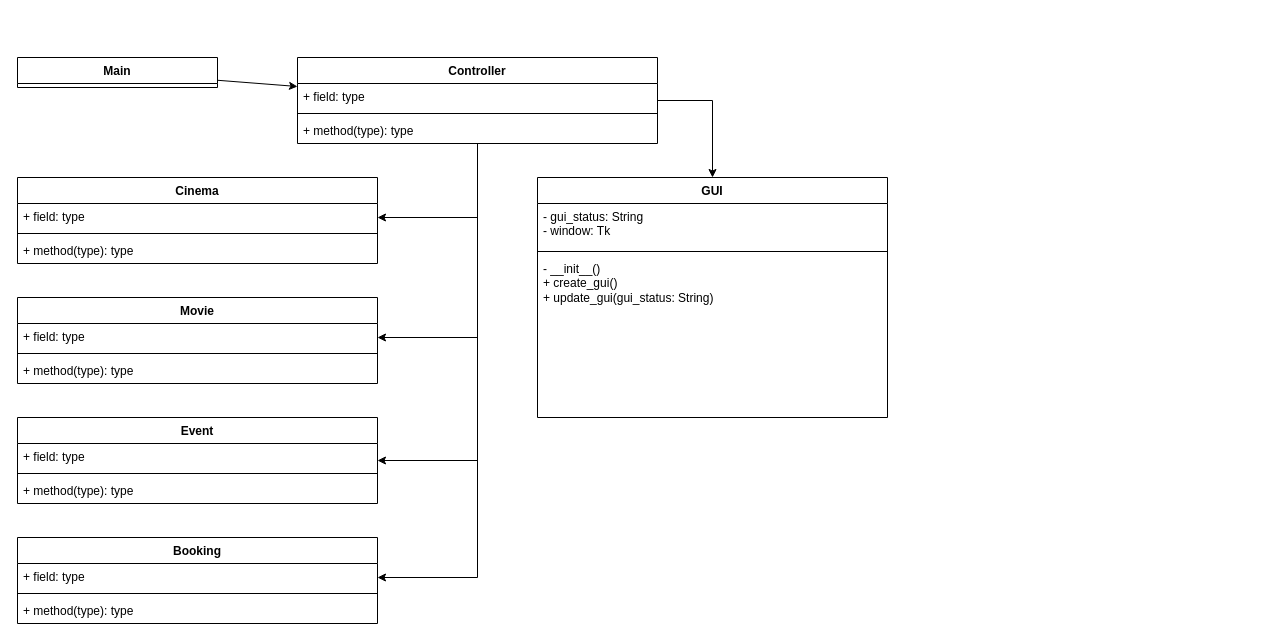
Above: Klassendiagramm Kinobuchungsprogramm.drawio in SirPatschiii/Kinobuchungsprogramm (draw.io), before the change. Source tidied: cells renumbered, new cells numbered last; positions are measured from the earlier drawing's top-left corner, leaving out a move shared by most shapes. Both pictures are drawn from the tidied source at 100%, with x=0, y=0 at pixel (17, 57).
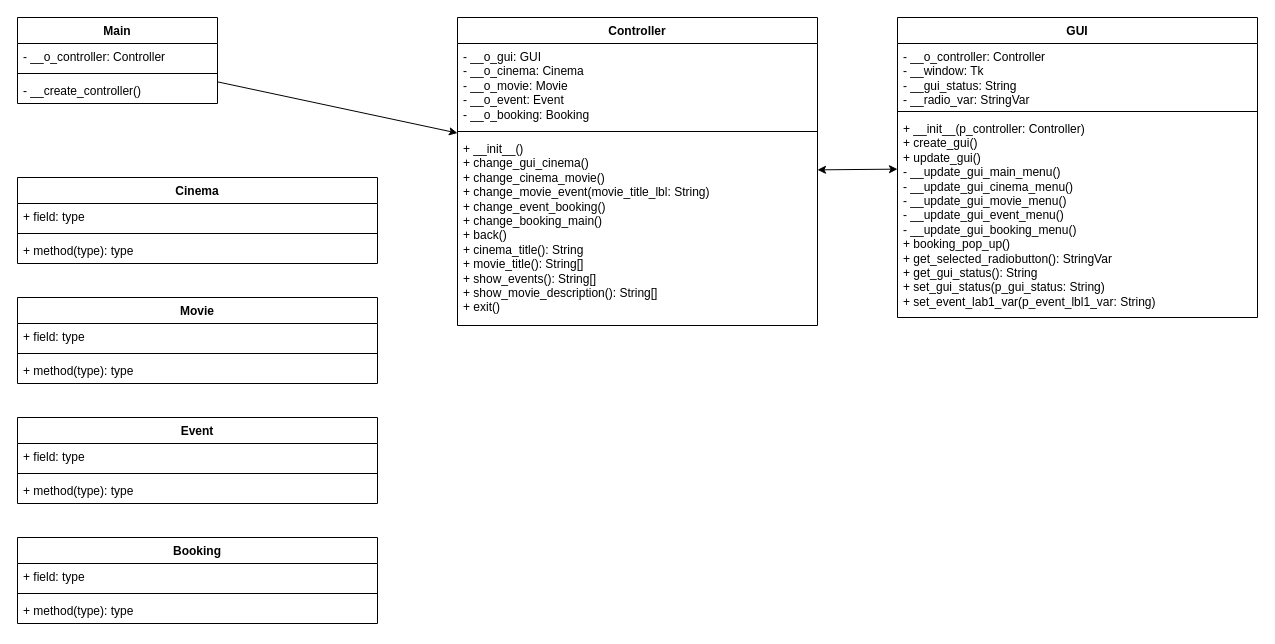
After the change.

Unchanged cells that the change refers to:
```xml
<mxCell id="17" value="Cinema" style="swimlane;fontStyle=1;align=center;verticalAlign=top;horizontal=1;startSize=26;whiteSpace=wrap;html=1;" parent="1" vertex="1">
  <mxGeometry y="120" width="360" height="86" as="geometry" />
</mxCell>
<mxCell id="21" value="Movie" style="swimlane;fontStyle=1;align=center;verticalAlign=top;horizontal=1;startSize=26;whiteSpace=wrap;html=1;" parent="1" vertex="1">
  <mxGeometry y="240" width="360" height="86" as="geometry" />
</mxCell>
<mxCell id="25" value="Event" style="swimlane;fontStyle=1;align=center;verticalAlign=top;horizontal=1;startSize=26;whiteSpace=wrap;html=1;" parent="1" vertex="1">
  <mxGeometry y="360" width="360" height="86" as="geometry" />
</mxCell>
<mxCell id="29" value="Booking" style="swimlane;fontStyle=1;align=center;verticalAlign=top;horizontal=1;startSize=26;whiteSpace=wrap;html=1;rotation=0;" parent="1" vertex="1">
  <mxGeometry y="480" width="360" height="86" as="geometry" />
</mxCell>
```

Change to the diagram source:
```diff
@@
-    <mxCell id="2" style="endArrow=classic;html=1;rounded=0;" parent="1" edge="1" source="3" target="4">
-      <mxGeometry relative="1" as="geometry" />
-    </mxCell>
-    <mxCell id="3" value="Main" style="swimlane;fontStyle=1;align=center;verticalAlign=top;horizontal=1;startSize=26;whiteSpace=wrap;html=1;" parent="1" vertex="1">
-      <mxGeometry width="200" height="30" as="geometry" />
-    </mxCell>
     <mxCell id="4" value="Controller" style="swimlane;fontStyle=1;align=center;verticalAlign=top;horizontal=1;startSize=26;whiteSpace=wrap;html=1;" parent="1" vertex="1">
-      <mxGeometry x="280" width="360" height="86" as="geometry" />
+      <mxGeometry x="440" y="-40" width="360" height="308" as="geometry" />
     </mxCell>
-    <mxCell id="5" value="+ field: type" style="text;strokeColor=none;fillColor=none;align=left;verticalAlign=top;spacingLeft=4;spacingRight=4;overflow=hidden;whiteSpace=wrap;html=1;" parent="4" vertex="1">
-      <mxGeometry y="26" width="360" height="26" as="geometry" />
+    <mxCell id="5" value="- __o_gui: GUI&lt;br&gt;- __o_cinema: Cinema&lt;br&gt;- __o_movie: Movie&lt;br&gt;- __o_event: Event&lt;br&gt;- __o_booking: Booking" style="text;strokeColor=none;fillColor=none;align=left;verticalAlign=top;spacingLeft=4;spacingRight=4;overflow=hidden;whiteSpace=wrap;html=1;" parent="4" vertex="1">
+      <mxGeometry y="26" width="360" height="84" as="geometry" />
     </mxCell>
     <mxCell id="6" style="line;strokeWidth=1;fillColor=none;align=left;verticalAlign=middle;spacingTop=-1;spacingLeft=3;spacingRight=3;labelPosition=right;strokeColor=inherit;" parent="4" vertex="1">
-      <mxGeometry y="52" width="360" height="8" as="geometry" />
+      <mxGeometry y="110" width="360" height="8" as="geometry" />
     </mxCell>
-    <mxCell id="7" value="+ method(type): type" style="text;strokeColor=none;fillColor=none;align=left;verticalAlign=top;spacingLeft=4;spacingRight=4;overflow=hidden;whiteSpace=wrap;html=1;" parent="4" vertex="1">
-      <mxGeometry y="60" width="360" height="26" as="geometry" />
+    <mxCell id="7" value="+ __init__()&lt;br&gt;+ change_gui_cinema()&lt;br&gt;+ change_cinema_movie()&lt;br&gt;+ change_movie_event(movie_title_lbl: String)&lt;br&gt;+ change_event_booking()&lt;br&gt;+ change_booking_main()&lt;br&gt;+ back()&lt;br&gt;+ cinema_title(): String&lt;br&gt;+ movie_title(): String[]&lt;br&gt;+ show_events(): String[]&lt;br&gt;+ show_movie_description(): String[]&lt;br&gt;+ exit()" style="text;strokeColor=none;fillColor=none;align=left;verticalAlign=top;spacingLeft=4;spacingRight=4;overflow=hidden;whiteSpace=wrap;html=1;" parent="4" vertex="1">
+      <mxGeometry y="118" width="360" height="190" as="geometry" />
     </mxCell>
-    <mxCell id="8" style="edgeStyle=orthogonalEdgeStyle;rounded=0;jettySize=auto;html=1;" parent="1" edge="1" source="4" target="17">
-      <mxGeometry relative="1" as="geometry">
-        <Array as="points">
-          <mxPoint x="460" y="160" />
-        </Array>
-      </mxGeometry>
-    </mxCell>
     <mxCell id="9" value="GUI" style="swimlane;fontStyle=1;align=center;verticalAlign=top;horizontal=1;startSize=26;whiteSpace=wrap;html=1;" parent="1" vertex="1">
-      <mxGeometry x="520" y="120" width="350" height="240" as="geometry" />
+      <mxGeometry x="880" y="-40" width="360" height="300" as="geometry" />
     </mxCell>
-    <mxCell id="10" value="- gui_status: String&lt;br&gt;- window: Tk" style="text;strokeColor=none;fillColor=none;align=left;verticalAlign=top;spacingLeft=4;spacingRight=4;overflow=hidden;whiteSpace=wrap;html=1;" parent="9" vertex="1">
-      <mxGeometry y="26" width="350" height="44" as="geometry" />
+    <mxCell id="10" value="- __o_controller: Controller&lt;br&gt;- __window: Tk&lt;br&gt;- __gui_status: String&lt;br&gt;- __radio_var: StringVar" style="text;strokeColor=none;fillColor=none;align=left;verticalAlign=top;spacingLeft=4;spacingRight=4;overflow=hidden;whiteSpace=wrap;html=1;" parent="9" vertex="1">
+      <mxGeometry y="26" width="360" height="64" as="geometry" />
     </mxCell>
     <mxCell id="11" style="line;strokeWidth=1;fillColor=none;align=left;verticalAlign=middle;spacingTop=-1;spacingLeft=3;spacingRight=3;labelPosition=right;strokeColor=inherit;" parent="9" vertex="1">
-      <mxGeometry y="70" width="350" height="8" as="geometry" />
+      <mxGeometry y="90" width="360" height="8" as="geometry" />
     </mxCell>
-    <mxCell id="12" value="- __init__()&lt;br&gt;+ create_gui()&lt;br&gt;+ update_gui(gui_status: String)" style="text;strokeColor=none;fillColor=none;align=left;verticalAlign=top;spacingLeft=4;spacingRight=4;overflow=hidden;whiteSpace=wrap;html=1;" parent="9" vertex="1">
-      <mxGeometry y="78" width="350" height="162" as="geometry" />
+    <mxCell id="12" value="+ __init__(p_controller: Controller)&lt;br&gt;+ create_gui()&lt;br&gt;+ update_gui()&lt;br&gt;- __update_gui_main_menu()&lt;br&gt;- __update_gui_cinema_menu()&lt;br&gt;- __update_gui_movie_menu()&lt;br&gt;- __update_gui_event_menu()&lt;br&gt;- __update_gui_booking_menu()&lt;br&gt;+ booking_pop_up()&lt;br&gt;+ get_selected_radiobutton(): StringVar&lt;br&gt;+ get_gui_status(): String&lt;br&gt;+ set_gui_status(p_gui_status: String)&lt;br&gt;+ set_event_lab1_var(p_event_lbl1_var: String)" style="text;strokeColor=none;fillColor=none;align=left;verticalAlign=top;spacingLeft=4;spacingRight=4;overflow=hidden;whiteSpace=wrap;html=1;" parent="9" vertex="1">
+      <mxGeometry y="98" width="360" height="202" as="geometry" />
     </mxCell>
-    <mxCell id="13" style="edgeStyle=orthogonalEdgeStyle;rounded=0;jettySize=auto;html=1;" parent="1" edge="1" source="4" target="9">
-      <mxGeometry relative="1" as="geometry">
-        <Array as="points">
-          <mxPoint x="695" y="43" />
-        </Array>
-      </mxGeometry>
-    </mxCell>
-    <mxCell id="14" style="edgeStyle=orthogonalEdgeStyle;rounded=0;jettySize=auto;html=1;" parent="1" edge="1" source="4" target="21">
-      <mxGeometry relative="1" as="geometry">
-        <Array as="points">
-          <mxPoint x="460" y="280" />
-        </Array>
-      </mxGeometry>
-    </mxCell>
-    <mxCell id="15" style="edgeStyle=orthogonalEdgeStyle;rounded=0;jettySize=auto;html=1;" parent="1" edge="1" source="4" target="25">
-      <mxGeometry relative="1" as="geometry">
-        <Array as="points">
-          <mxPoint x="460" y="403" />
-        </Array>
-      </mxGeometry>
-    </mxCell>
-    <mxCell id="16" style="edgeStyle=orthogonalEdgeStyle;rounded=0;jettySize=auto;html=1;" parent="1" edge="1" source="4" target="29">
-      <mxGeometry relative="1" as="geometry">
-        <Array as="points">
-          <mxPoint x="460" y="520" />
-        </Array>
-      </mxGeometry>
-    </mxCell>
@@
+    <mxCell id="13" style="endArrow=classic;startArrow=classic;html=1;rounded=0;" parent="1" edge="1" source="4" target="9">
+      <mxGeometry relative="1" as="geometry" />
+    </mxCell>
+    <mxCell id="2" style="endArrow=classic;html=1;rounded=0;" parent="1" edge="1" source="3" target="4">
+      <mxGeometry relative="1" as="geometry" />
+    </mxCell>
+    <mxCell id="3" value="Main" style="swimlane;fontStyle=1;align=center;verticalAlign=top;horizontal=1;startSize=26;whiteSpace=wrap;html=1;" parent="1" vertex="1">
+      <mxGeometry y="-40" width="200" height="86" as="geometry" />
+    </mxCell>
+    <mxCell id="33" value="- __o_controller: Controller" style="text;strokeColor=none;fillColor=none;align=left;verticalAlign=top;spacingLeft=4;spacingRight=4;overflow=hidden;whiteSpace=wrap;html=1;" parent="3" vertex="1">
+      <mxGeometry y="26" width="200" height="26" as="geometry" />
+    </mxCell>
+    <mxCell id="34" style="line;strokeWidth=1;fillColor=none;align=left;verticalAlign=middle;spacingTop=-1;spacingLeft=3;spacingRight=3;labelPosition=right;strokeColor=inherit;" parent="3" vertex="1">
+      <mxGeometry y="52" width="200" height="8" as="geometry" />
+    </mxCell>
+    <mxCell id="35" value="- __create_controller()" style="text;strokeColor=none;fillColor=none;align=left;verticalAlign=top;spacingLeft=4;spacingRight=4;overflow=hidden;whiteSpace=wrap;html=1;" parent="3" vertex="1">
+      <mxGeometry y="60" width="200" height="26" as="geometry" />
+    </mxCell>
```
